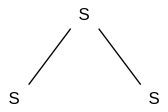
Above: Untitled Diagram.drawio.svg in WassayShahid/Draw.io (draw.io), before the change. Source tidied: cells renumbered, new cells last; positions are measured from the earlier drawing's top-left corner, leaving out a move shared by most shapes.
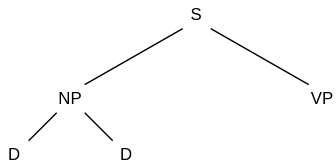
After the change.

What changed in the source:
```diff
@@ -5,17 +5,29 @@
     <mxCell id="2" value="S" style="text;html=1;align=center;verticalAlign=middle;whiteSpace=wrap;rounded=0;" parent="1" vertex="1">
       <mxGeometry x="50" width="20" height="20" as="geometry" />
     </mxCell>
-    <mxCell id="3" value="S" style="text;html=1;align=center;verticalAlign=middle;whiteSpace=wrap;rounded=0;" parent="1" vertex="1">
-      <mxGeometry y="60" width="20" height="20" as="geometry" />
+    <mxCell id="3" value="NP" style="text;html=1;align=center;verticalAlign=middle;whiteSpace=wrap;rounded=0;" parent="1" vertex="1">
+      <mxGeometry x="-40" y="60" width="20" height="20" as="geometry" />
     </mxCell>
     <mxCell id="4" style="endArrow=none;html=1;rounded=0;entryX=0;entryY=1;entryDx=0;entryDy=0;exitX=1;exitY=0;exitDx=0;exitDy=0;" parent="1" edge="1" source="3" target="2">
       <mxGeometry relative="1" as="geometry" />
     </mxCell>
-    <mxCell id="5" value="S" style="text;html=1;align=center;verticalAlign=middle;whiteSpace=wrap;rounded=0;" parent="1" vertex="1">
-      <mxGeometry x="100" y="60" width="20" height="20" as="geometry" />
+    <mxCell id="5" value="VP" style="text;html=1;align=center;verticalAlign=middle;whiteSpace=wrap;rounded=0;" parent="1" vertex="1">
+      <mxGeometry x="140" y="60" width="20" height="20" as="geometry" />
     </mxCell>
     <mxCell id="6" style="endArrow=none;html=1;rounded=0;entryX=1;entryY=1;entryDx=0;entryDy=0;exitX=0;exitY=0;exitDx=0;exitDy=0;" parent="1" edge="1" source="5" target="2">
       <mxGeometry relative="1" as="geometry" />
     </mxCell>
+    <mxCell id="7" value="D" style="text;html=1;align=center;verticalAlign=middle;whiteSpace=wrap;rounded=0;" parent="1" vertex="1">
+      <mxGeometry x="-80" y="100" width="20" height="20" as="geometry" />
+    </mxCell>
+    <mxCell id="8" style="endArrow=none;html=1;rounded=0;entryX=0;entryY=1;entryDx=0;entryDy=0;exitX=1;exitY=0;exitDx=0;exitDy=0;" parent="1" edge="1" source="7" target="3">
+      <mxGeometry relative="1" as="geometry" />
+    </mxCell>
+    <mxCell id="9" value="D" style="text;html=1;align=center;verticalAlign=middle;whiteSpace=wrap;rounded=0;" parent="1" vertex="1">
+      <mxGeometry y="100" width="20" height="20" as="geometry" />
+    </mxCell>
+    <mxCell id="10" style="endArrow=none;html=1;rounded=0;entryX=1;entryY=1;entryDx=0;entryDy=0;exitX=0;exitY=0;exitDx=0;exitDy=0;" parent="1" edge="1" source="9" target="3">
+      <mxGeometry relative="1" as="geometry" />
+    </mxCell>
   </root>
 </mxGraphModel>
```
